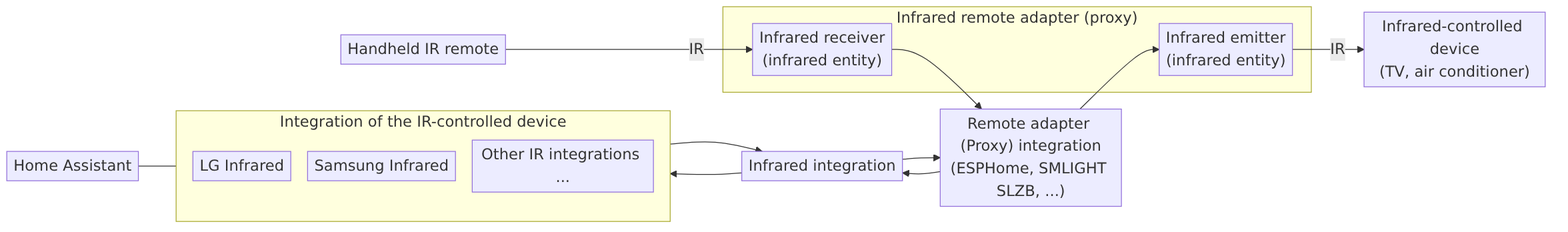
Before: source/images/integrations/infrared/infrared-overview.png, a diagram exported from Mermaid (home-assistant/home-assistant.io). Its source is kept beside it as source/images/integrations/infrared/infrared-overview.mmd.
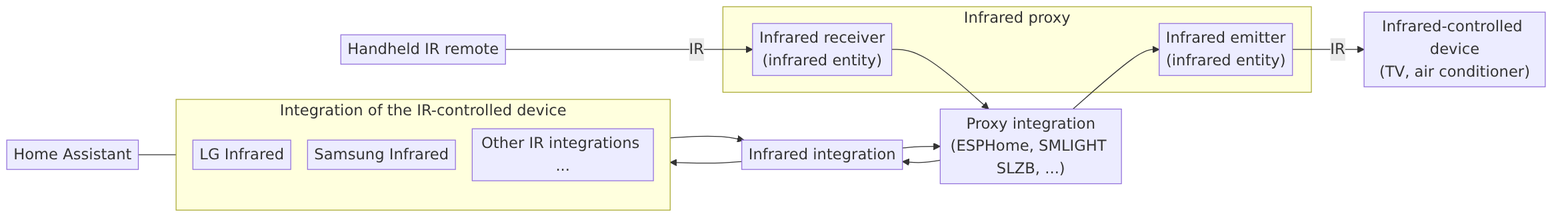
Later version of the same file.

Commit message:
Update chart to use proxy, not remote adapter

Diff of the diagram source:
```diff
@@ -10,9 +10,9 @@
 
     IRINT["Infrared integration"]
 
-    PROXYINT["Remote adapter (Proxy) integration<br/>(ESPHome, SMLIGHT SLZB, ...)"]
+    PROXYINT["Proxy integration<br/>(ESPHome, SMLIGHT SLZB, ...)"]
 
-    subgraph ADAPTER["Infrared remote adapter (proxy)"]
+    subgraph ADAPTER["Infrared proxy"]
         EM["Infrared emitter<br/>(infrared entity)"]
         RC["Infrared receiver<br/>(infrared entity)"]
     end
```
